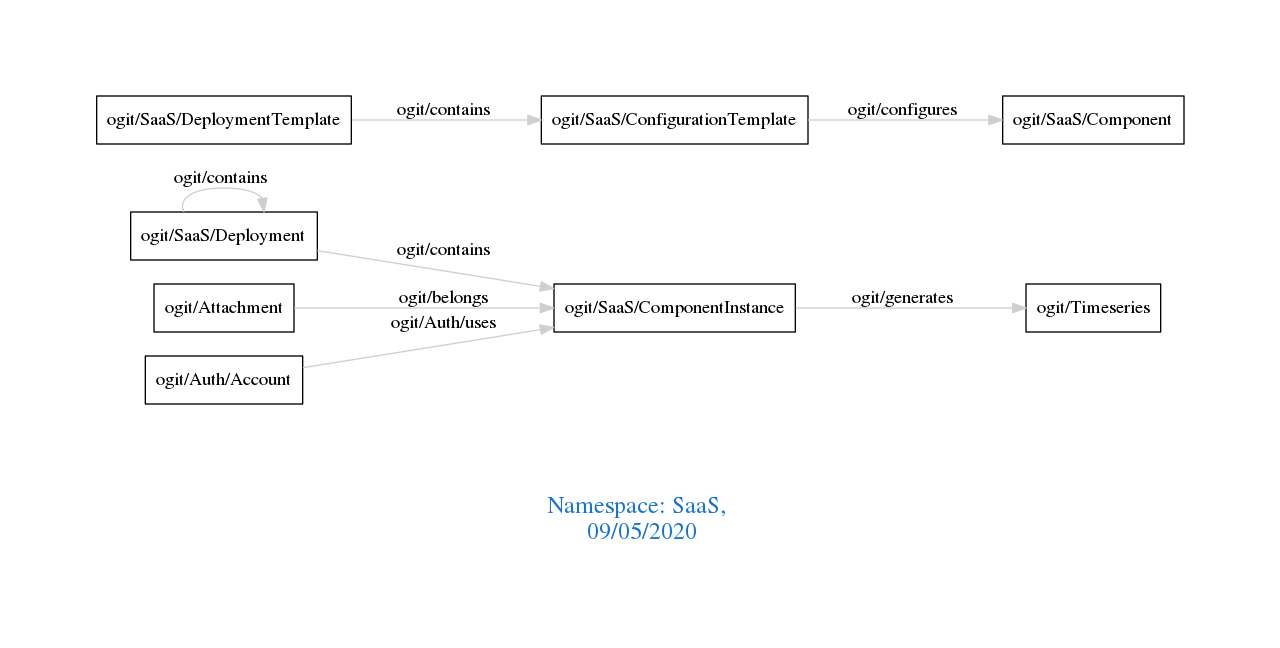
Earlier version of the Graphviz export downloads/SaaS.png (arago/OGIT). Its source is kept beside it as downloads/SaaS.dot.
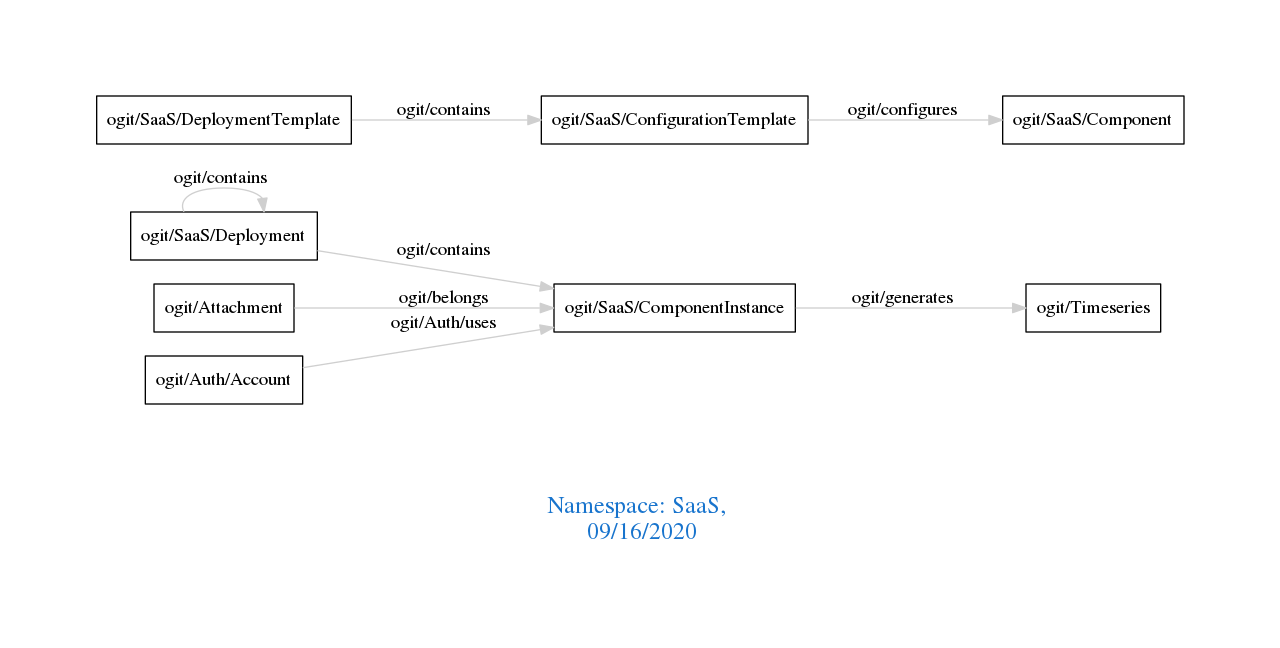
Above is the later version.

The edit, as a diff of the source:
```diff
@@ -1,7 +1,7 @@
 digraph OGIT_ontology {
  graph [ rankdir= LR,pad=1
 fontsize = 18,
-fontcolor= dodgerblue3,label = "\n\n\nNamespace: SaaS, \n 09/05/2020"];
+fontcolor= dodgerblue3,label = "\n\n\nNamespace: SaaS, \n 09/16/2020"];
 node[shape=polygon];
 edge [  color="gray81"];
 
```
